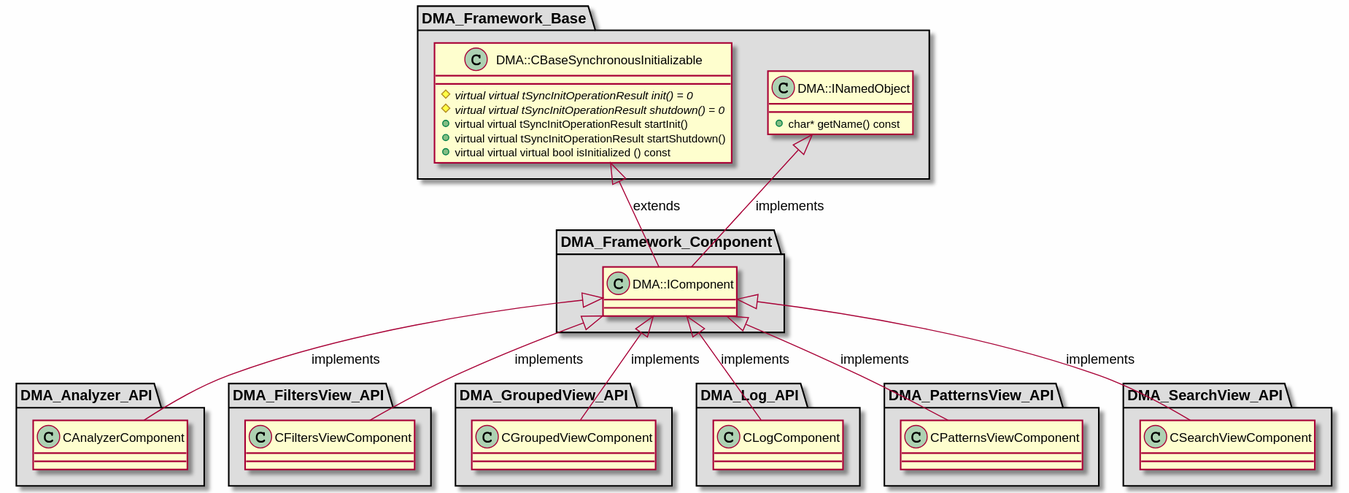
Earlier version of the PlantUML export md/dev_docs/puml/DMA_Framework_Component.svg (svlad-90/DLT-Message-Analyzer).
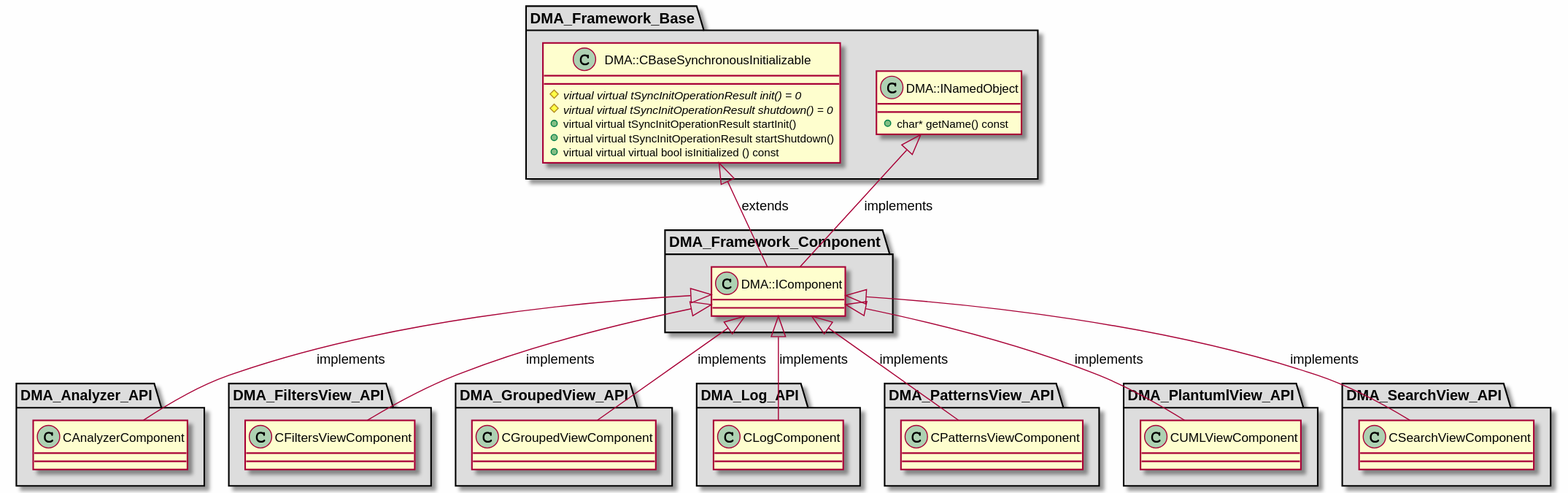
After the change.

Change to the diagram source:
```diff
@@ -75,6 +75,15 @@
 
 }
 
+package "DMA_PlantumlView_API" #DDDDDD
+{
+
+class "CUMLViewComponent"
+{
+}
+
+}
+
 package "DMA_SearchView_API" #DDDDDD
 {
 
@@ -91,6 +100,7 @@
 DMA::IComponent <|-- CGroupedViewComponent : implements
 DMA::IComponent <|-- CLogComponent : implements
 DMA::IComponent <|-- CPatternsViewComponent : implements
+DMA::IComponent <|-- CUMLViewComponent : implements
 DMA::IComponent <|-- CSearchViewComponent : implements
 
 @enduml
```
